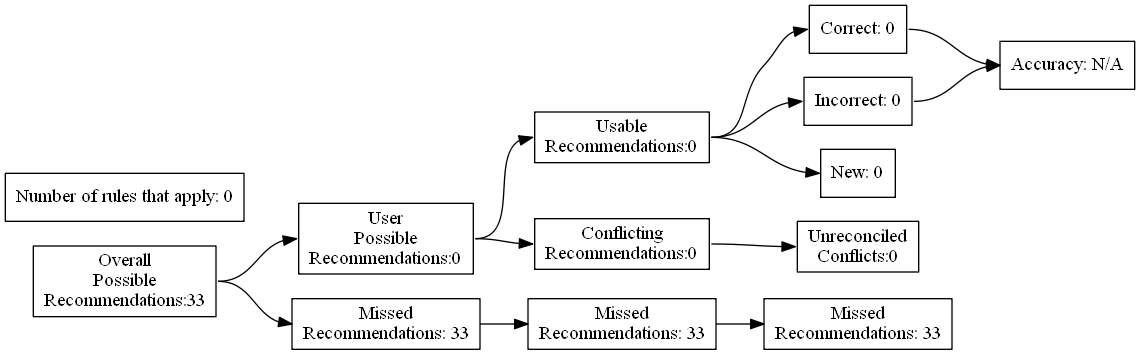
Above: test_renders/1.gv.png in ZaxR/ibd_diet_analysis (Graphviz), before the change. Its source is kept beside it as test_renders/1.gv.
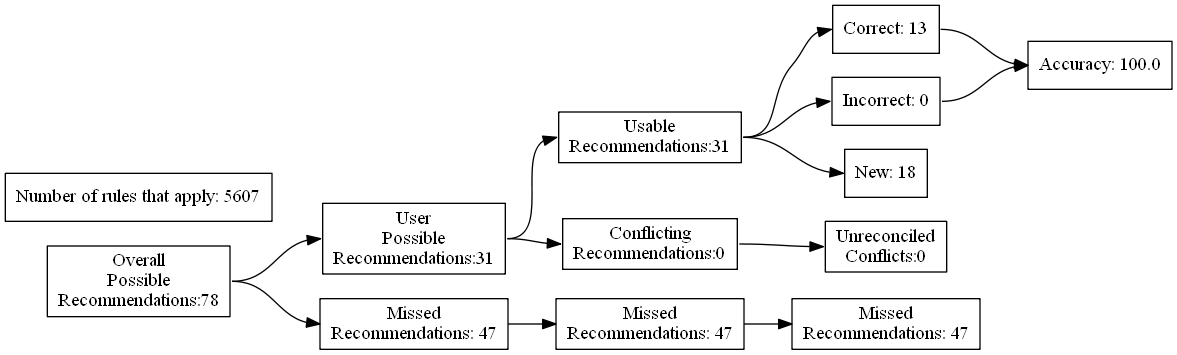
After the change.

What changed in the source:
```diff
@@ -4,27 +4,27 @@
 	edge [headport=w tailport=e]
 		A [label="Overall
 Possible
-Recommendations:33"]
+Recommendations:78"]
 		B [label="User
 Possible
-Recommendations:0"]
+Recommendations:31"]
 		C [label="Missed
-Recommendations: 33"]
+Recommendations: 47"]
 		D [label="Usable
-Recommendations:0"]
+Recommendations:31"]
 		E [label="Conflicting
 Recommendations:0"]
 		J [label="Missed
-Recommendations: 33"]
+Recommendations: 47"]
 		M [label="Unreconciled
 Conflicts:0"]
-		F [label="Correct: 0"]
+		F [label="Correct: 13"]
 		G [label="Incorrect: 0"]
-		H [label="New: 0"]
+		H [label="New: 18"]
 		K [label="Missed
-Recommendations: 33"]
-		I [label="Accuracy: N/A"]
-		l [label="Number of rules that apply: 0"]
+Recommendations: 47"]
+		I [label="Accuracy: 100.0"]
+		l [label="Number of rules that apply: 5607"]
 			A -> B
 			A -> C
 			B -> D
```
